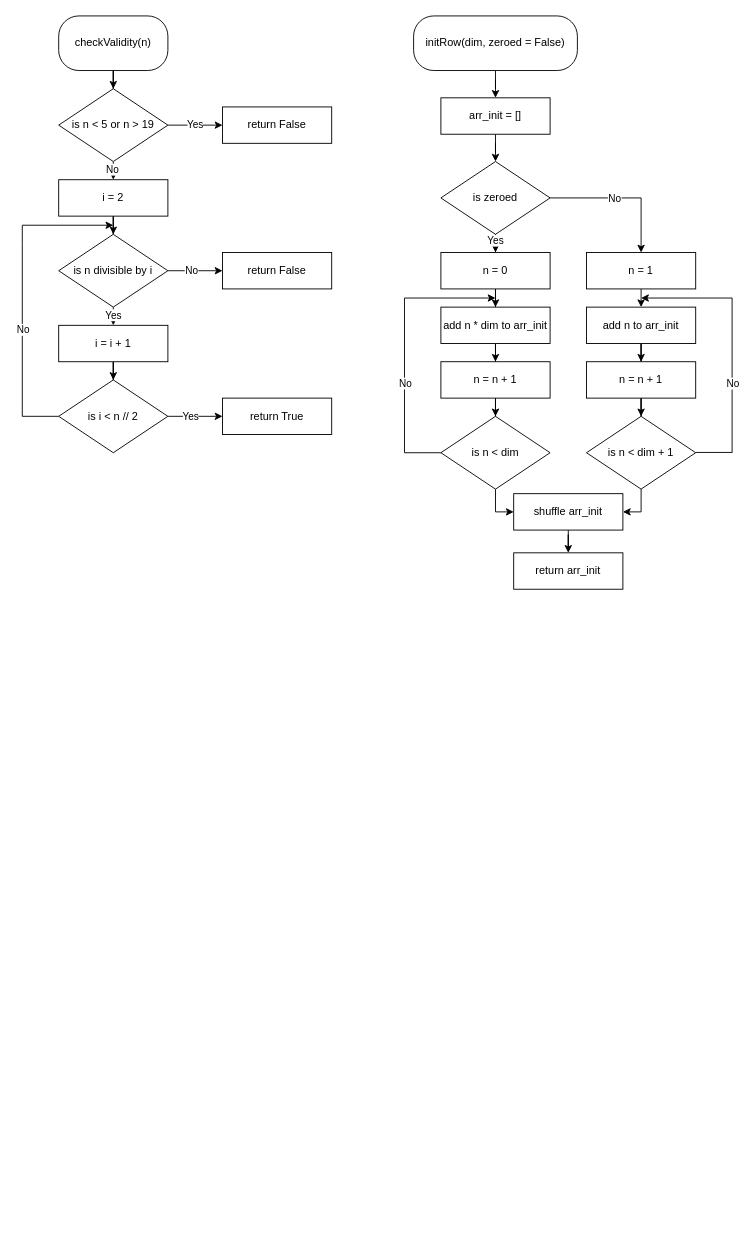
Above: Assignments/RandomMagicSquares.drawio in Ayaan735229/ICS4U (draw.io), before the change. Source tidied: cells renumbered, new cells numbered last; positions are measured from the earlier drawing's top-left corner, leaving out a move shared by most shapes. Both pictures are drawn from the tidied source at 91%, with x=0, y=0 at pixel (22, 15).
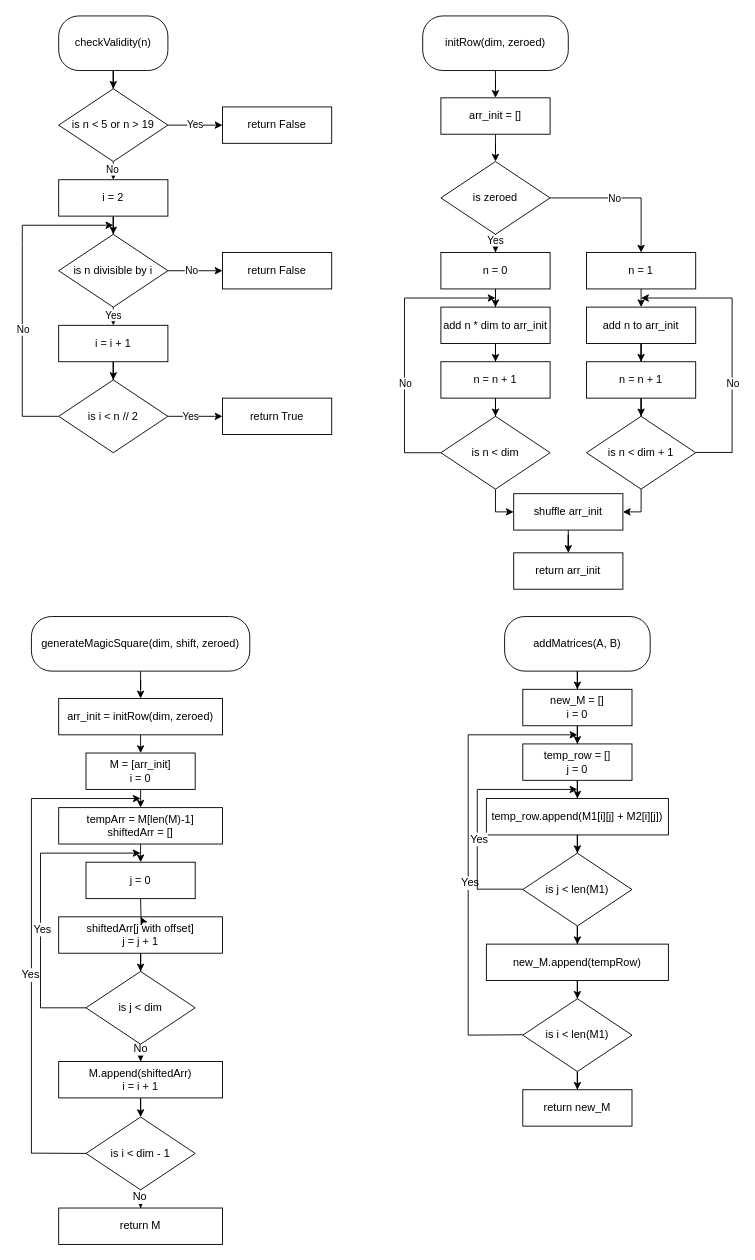
After the change.

Change to the diagram source:
```diff
@@
-    <mxCell id="27" value="initRow(dim, zeroed = False)" style="rounded=1;whiteSpace=wrap;html=1;arcSize=37;" parent="1" vertex="1">
-      <mxGeometry x="430" width="180" height="60" as="geometry" />
+    <mxCell id="27" value="initRow(dim, zeroed)" style="rounded=1;whiteSpace=wrap;html=1;arcSize=37;" parent="1" vertex="1">
+      <mxGeometry x="440" width="160" height="60" as="geometry" />
     </mxCell>
@@
+    <mxCell id="64" style="edgeStyle=orthogonalEdgeStyle;rounded=0;jettySize=auto;html=1;" parent="1" edge="1" source="65" target="67">
+      <mxGeometry relative="1" as="geometry" />
+    </mxCell>
+    <mxCell id="65" value="generateMagicSquare(dim, shift, zeroed)" style="rounded=1;whiteSpace=wrap;html=1;arcSize=37;" parent="1" vertex="1">
+      <mxGeometry x="10" y="660" width="240" height="60" as="geometry" />
+    </mxCell>
+    <mxCell id="66" style="edgeStyle=orthogonalEdgeStyle;rounded=0;jettySize=auto;html=1;" parent="1" edge="1" source="67">
+      <mxGeometry relative="1" as="geometry">
+        <mxPoint x="130" y="810" as="targetPoint" />
+      </mxGeometry>
+    </mxCell>
+    <mxCell id="67" value="arr_init = initRow(dim, zeroed)" style="rounded=0;whiteSpace=wrap;html=1;" parent="1" vertex="1">
+      <mxGeometry x="40" y="750" width="180" height="40" as="geometry" />
+    </mxCell>
+    <mxCell id="68" style="edgeStyle=orthogonalEdgeStyle;rounded=0;orthogonalLoop=1;jettySize=auto;html=1;" parent="1" edge="1">
+      <mxGeometry relative="1" as="geometry">
+        <mxPoint x="130" y="850" as="sourcePoint" />
+        <mxPoint x="130" y="870" as="targetPoint" />
+        <Array as="points">
+          <mxPoint x="130" y="870" />
+        </Array>
+      </mxGeometry>
+    </mxCell>
+    <mxCell id="69" style="edgeStyle=orthogonalEdgeStyle;rounded=0;jettySize=auto;html=1;fontFamily=Helvetica;fontSize=12;fontColor=default;" parent="1" edge="1" source="70">
+      <mxGeometry relative="1" as="geometry">
+        <mxPoint x="130" y="930" as="targetPoint" />
+      </mxGeometry>
+    </mxCell>
+    <mxCell id="70" value="tempArr = M[len(M)-1]&lt;div&gt;shiftedArr = []&lt;/div&gt;" style="rounded=0;whiteSpace=wrap;html=1;" parent="1" vertex="1">
+      <mxGeometry x="40" y="870" width="180" height="40" as="geometry" />
+    </mxCell>
+    <mxCell id="71" style="edgeStyle=orthogonalEdgeStyle;rounded=0;jettySize=auto;html=1;fontFamily=Helvetica;fontSize=12;fontColor=default;" parent="1" edge="1" source="72" target="75">
+      <mxGeometry relative="1" as="geometry" />
+    </mxCell>
+    <mxCell id="72" value="shiftedArr[j with offset]&lt;div&gt;j = j + 1&lt;/div&gt;" style="rounded=0;whiteSpace=wrap;html=1;" parent="1" vertex="1">
+      <mxGeometry x="40" y="990" width="180" height="40" as="geometry" />
+    </mxCell>
+    <mxCell id="73" style="edgeStyle=orthogonalEdgeStyle;rounded=0;jettySize=auto;html=1;fontFamily=Helvetica;fontSize=12;fontColor=default;" parent="1" edge="1" source="75" target="81">
+      <mxGeometry relative="1" as="geometry" />
+    </mxCell>
+    <mxCell id="74" value="No" style="edgeLabel;html=1;align=center;verticalAlign=middle;rounded=0;strokeColor=default;fontFamily=Helvetica;fontSize=12;fontColor=default;fillColor=default;" parent="73" vertex="1">
+      <mxGeometry x="0.52" y="-1" relative="1" as="geometry" />
+    </mxCell>
+    <mxCell id="75" value="is j &amp;lt; dim" style="rhombus;whiteSpace=wrap;html=1;direction=south;" parent="1" vertex="1">
+      <mxGeometry x="70" y="1050" width="120" height="80" as="geometry" />
+    </mxCell>
+    <mxCell id="76" style="endArrow=none;html=1;rounded=0;fontFamily=Helvetica;fontSize=12;fontColor=default;entryX=0.5;entryY=1;entryDx=0;entryDy=0;" parent="1" edge="1" target="75">
+      <mxGeometry relative="1" as="geometry">
+        <mxPoint x="20" y="1090" as="sourcePoint" />
+      </mxGeometry>
+    </mxCell>
+    <mxCell id="77" style="endArrow=classic;html=1;rounded=0;fontFamily=Helvetica;fontSize=12;fontColor=default;" parent="1" edge="1">
+      <mxGeometry relative="1" as="geometry">
+        <mxPoint x="20" y="920" as="sourcePoint" />
+        <mxPoint x="130" y="920" as="targetPoint" />
+      </mxGeometry>
+    </mxCell>
+    <mxCell id="78" style="endArrow=none;html=1;rounded=0;fontFamily=Helvetica;fontSize=12;fontColor=default;" parent="1" edge="1">
+      <mxGeometry relative="1" as="geometry">
+        <mxPoint x="20" y="1090" as="sourcePoint" />
+        <mxPoint x="20" y="920" as="targetPoint" />
+      </mxGeometry>
+    </mxCell>
+    <mxCell id="79" value="Yes" style="edgeLabel;html=1;align=center;verticalAlign=middle;rounded=0;strokeColor=default;fontFamily=Helvetica;fontSize=12;fontColor=default;fillColor=default;" parent="78" vertex="1">
+      <mxGeometry x="0.02" y="-1" relative="1" as="geometry" />
+    </mxCell>
+    <mxCell id="80" style="edgeStyle=orthogonalEdgeStyle;rounded=0;jettySize=auto;html=1;fontFamily=Helvetica;fontSize=12;fontColor=default;" parent="1" edge="1" source="81" target="84">
+      <mxGeometry relative="1" as="geometry" />
+    </mxCell>
+    <mxCell id="81" value="&lt;div&gt;M.append(shiftedArr)&lt;/div&gt;i = i + 1" style="rounded=0;whiteSpace=wrap;html=1;" parent="1" vertex="1">
+      <mxGeometry x="40" y="1149" width="180" height="40" as="geometry" />
+    </mxCell>
+    <mxCell id="82" style="edgeStyle=orthogonalEdgeStyle;rounded=0;jettySize=auto;html=1;fontFamily=Helvetica;fontSize=12;fontColor=default;" parent="1" edge="1" source="84" target="89">
+      <mxGeometry relative="1" as="geometry" />
+    </mxCell>
+    <mxCell id="83" value="No" style="edgeLabel;html=1;align=center;verticalAlign=middle;rounded=0;strokeColor=default;fontFamily=Helvetica;fontSize=12;fontColor=default;fillColor=default;" parent="82" vertex="1">
+      <mxGeometry x="0.55" y="-2" relative="1" as="geometry" />
+    </mxCell>
+    <mxCell id="84" value="is i &amp;lt; dim - 1" style="rhombus;whiteSpace=wrap;html=1;direction=south;" parent="1" vertex="1">
+      <mxGeometry x="70" y="1210" width="120" height="80" as="geometry" />
+    </mxCell>
+    <mxCell id="85" style="endArrow=none;html=1;rounded=0;fontFamily=Helvetica;fontSize=12;fontColor=default;" parent="1" edge="1">
+      <mxGeometry relative="1" as="geometry">
+        <mxPoint x="10" y="1250" as="sourcePoint" />
+        <mxPoint x="10" y="860" as="targetPoint" />
+      </mxGeometry>
+    </mxCell>
+    <mxCell id="86" value="Yes" style="edgeLabel;html=1;align=center;verticalAlign=middle;rounded=0;strokeColor=default;fontFamily=Helvetica;fontSize=12;fontColor=default;fillColor=default;" parent="85" vertex="1">
+      <mxGeometry x="0.01" y="2" relative="1" as="geometry" />
+    </mxCell>
+    <mxCell id="87" style="edgeStyle=orthogonalEdgeStyle;rounded=0;jettySize=auto;html=1;fontFamily=Helvetica;fontSize=12;fontColor=default;" parent="1" edge="1" target="72">
+      <mxGeometry relative="1" as="geometry">
+        <mxPoint x="130" y="970" as="sourcePoint" />
+      </mxGeometry>
+    </mxCell>
+    <mxCell id="88" style="endArrow=none;html=1;rounded=0;fontFamily=Helvetica;fontSize=12;fontColor=default;entryX=0.5;entryY=1;entryDx=0;entryDy=0;" parent="1" edge="1" target="84">
+      <mxGeometry relative="1" as="geometry">
+        <mxPoint x="10" y="1249.7" as="sourcePoint" />
+      </mxGeometry>
+    </mxCell>
+    <mxCell id="89" value="return M" style="rounded=0;whiteSpace=wrap;html=1;" parent="1" vertex="1">
+      <mxGeometry x="40" y="1310" width="180" height="40" as="geometry" />
+    </mxCell>
+    <mxCell id="90" style="edgeStyle=orthogonalEdgeStyle;rounded=0;jettySize=auto;html=1;fontFamily=Helvetica;fontSize=12;fontColor=default;" parent="1" edge="1" source="91" target="93">
+      <mxGeometry relative="1" as="geometry" />
+    </mxCell>
+    <mxCell id="91" value="addMatrices(A, B)" style="rounded=1;whiteSpace=wrap;html=1;arcSize=37;" parent="1" vertex="1">
+      <mxGeometry x="530" y="660" width="160" height="60" as="geometry" />
+    </mxCell>
+    <mxCell id="92" style="edgeStyle=orthogonalEdgeStyle;rounded=0;jettySize=auto;html=1;fontFamily=Helvetica;fontSize=12;fontColor=default;" parent="1" edge="1" source="93" target="97">
+      <mxGeometry relative="1" as="geometry" />
+    </mxCell>
+    <mxCell id="93" value="new_M = []&lt;div&gt;i = 0&lt;/div&gt;" style="rounded=0;whiteSpace=wrap;html=1;" parent="1" vertex="1">
+      <mxGeometry x="550" y="740" width="120" height="40" as="geometry" />
+    </mxCell>
+    <mxCell id="94" value="M = [arr_init]&lt;div&gt;i = 0&lt;/div&gt;" style="rounded=0;whiteSpace=wrap;html=1;" parent="1" vertex="1">
+      <mxGeometry x="70" y="810" width="120" height="40" as="geometry" />
+    </mxCell>
+    <mxCell id="95" value="j = 0" style="rounded=0;whiteSpace=wrap;html=1;" parent="1" vertex="1">
+      <mxGeometry x="70" y="930" width="120" height="40" as="geometry" />
+    </mxCell>
+    <mxCell id="96" style="edgeStyle=orthogonalEdgeStyle;rounded=0;jettySize=auto;html=1;fontFamily=Helvetica;fontSize=12;fontColor=default;" parent="1" edge="1" source="97" target="99">
+      <mxGeometry relative="1" as="geometry" />
+    </mxCell>
+    <mxCell id="97" value="temp_row = []&lt;div&gt;j = 0&lt;/div&gt;" style="rounded=0;whiteSpace=wrap;html=1;" parent="1" vertex="1">
+      <mxGeometry x="550" y="800" width="120" height="40" as="geometry" />
+    </mxCell>
+    <mxCell id="98" style="edgeStyle=orthogonalEdgeStyle;rounded=0;jettySize=auto;html=1;fontFamily=Helvetica;fontSize=12;fontColor=default;" parent="1" edge="1" source="99" target="101">
+      <mxGeometry relative="1" as="geometry" />
+    </mxCell>
+    <mxCell id="99" value="temp_row.append(M1[i][j] + M2[i][j])" style="rounded=0;whiteSpace=wrap;html=1;" parent="1" vertex="1">
+      <mxGeometry x="510" y="860" width="200" height="40" as="geometry" />
+    </mxCell>
+    <mxCell id="100" style="edgeStyle=orthogonalEdgeStyle;rounded=0;jettySize=auto;html=1;fontFamily=Helvetica;fontSize=12;fontColor=default;" parent="1" edge="1" source="101" target="104">
+      <mxGeometry relative="1" as="geometry" />
+    </mxCell>
+    <mxCell id="101" value="is j &amp;lt; len(M1)" style="rhombus;whiteSpace=wrap;html=1;direction=south;" parent="1" vertex="1">
+      <mxGeometry x="550" y="920" width="120" height="80" as="geometry" />
+    </mxCell>
+    <mxCell id="102" style="endArrow=classic;html=1;rounded=0;fontFamily=Helvetica;fontSize=12;fontColor=default;" parent="1" edge="1">
+      <mxGeometry relative="1" as="geometry">
+        <mxPoint x="10" y="860" as="sourcePoint" />
+        <mxPoint x="130" y="860" as="targetPoint" />
+      </mxGeometry>
+    </mxCell>
+    <mxCell id="103" style="edgeStyle=orthogonalEdgeStyle;rounded=0;jettySize=auto;html=1;fontFamily=Helvetica;fontSize=12;fontColor=default;" parent="1" edge="1" source="104" target="106">
+      <mxGeometry relative="1" as="geometry" />
+    </mxCell>
+    <mxCell id="104" value="new_M.append(tempRow)" style="rounded=0;whiteSpace=wrap;html=1;" parent="1" vertex="1">
+      <mxGeometry x="510" y="1020" width="200" height="40" as="geometry" />
+    </mxCell>
+    <mxCell id="105" style="edgeStyle=orthogonalEdgeStyle;rounded=0;jettySize=auto;html=1;fontFamily=Helvetica;fontSize=12;fontColor=default;" parent="1" edge="1" source="106" target="107">
+      <mxGeometry relative="1" as="geometry" />
+    </mxCell>
+    <mxCell id="106" value="is i &amp;lt; len(M1)" style="rhombus;whiteSpace=wrap;html=1;direction=south;" parent="1" vertex="1">
+      <mxGeometry x="550" y="1080" width="120" height="80" as="geometry" />
+    </mxCell>
+    <mxCell id="107" value="return new_M" style="rounded=0;whiteSpace=wrap;html=1;" parent="1" vertex="1">
+      <mxGeometry x="550" y="1180" width="120" height="40" as="geometry" />
+    </mxCell>
+    <mxCell id="108" style="endArrow=none;html=1;rounded=0;fontFamily=Helvetica;fontSize=12;fontColor=default;entryX=0.5;entryY=1;entryDx=0;entryDy=0;" parent="1" edge="1">
+      <mxGeometry relative="1" as="geometry">
+        <mxPoint x="490" y="1120" as="sourcePoint" />
+        <mxPoint x="550" y="1119.6" as="targetPoint" />
+      </mxGeometry>
+    </mxCell>
+    <mxCell id="109" style="endArrow=none;html=1;rounded=0;fontFamily=Helvetica;fontSize=12;fontColor=default;" parent="1" edge="1">
+      <mxGeometry relative="1" as="geometry">
+        <mxPoint x="490" y="1120" as="sourcePoint" />
+        <mxPoint x="490" y="790" as="targetPoint" />
+      </mxGeometry>
+    </mxCell>
+    <mxCell id="110" value="Yes" style="edgeLabel;html=1;align=center;verticalAlign=middle;rounded=0;strokeColor=default;fontFamily=Helvetica;fontSize=12;fontColor=default;fillColor=default;" parent="109" vertex="1">
+      <mxGeometry x="0.02" y="-1" relative="1" as="geometry" />
+    </mxCell>
+    <mxCell id="111" style="endArrow=classic;html=1;rounded=0;fontFamily=Helvetica;fontSize=12;fontColor=default;" parent="1" edge="1">
+      <mxGeometry relative="1" as="geometry">
+        <mxPoint x="500" y="850" as="sourcePoint" />
+        <mxPoint x="610" y="850" as="targetPoint" />
+      </mxGeometry>
+    </mxCell>
+    <mxCell id="112" style="endArrow=none;html=1;rounded=0;fontFamily=Helvetica;fontSize=12;fontColor=default;entryX=0.5;entryY=1;entryDx=0;entryDy=0;" parent="1" edge="1">
+      <mxGeometry relative="1" as="geometry">
+        <mxPoint x="500" y="959.6" as="sourcePoint" />
+        <mxPoint x="550" y="959.6" as="targetPoint" />
+      </mxGeometry>
+    </mxCell>
+    <mxCell id="113" style="endArrow=none;html=1;rounded=0;fontFamily=Helvetica;fontSize=12;fontColor=default;" parent="1" edge="1">
+      <mxGeometry relative="1" as="geometry">
+        <mxPoint x="500" y="960" as="sourcePoint" />
+        <mxPoint x="500" y="850" as="targetPoint" />
+      </mxGeometry>
+    </mxCell>
+    <mxCell id="114" value="Yes" style="edgeLabel;html=1;align=center;verticalAlign=middle;rounded=0;strokeColor=default;fontFamily=Helvetica;fontSize=12;fontColor=default;fillColor=default;" parent="113" vertex="1">
+      <mxGeometry x="0.02" y="-1" relative="1" as="geometry" />
+    </mxCell>
+    <mxCell id="115" style="endArrow=classic;html=1;rounded=0;fontFamily=Helvetica;fontSize=12;fontColor=default;" parent="1" edge="1">
+      <mxGeometry relative="1" as="geometry">
+        <mxPoint x="490" y="790" as="sourcePoint" />
+        <mxPoint x="610" y="790" as="targetPoint" />
+      </mxGeometry>
+    </mxCell>
```
